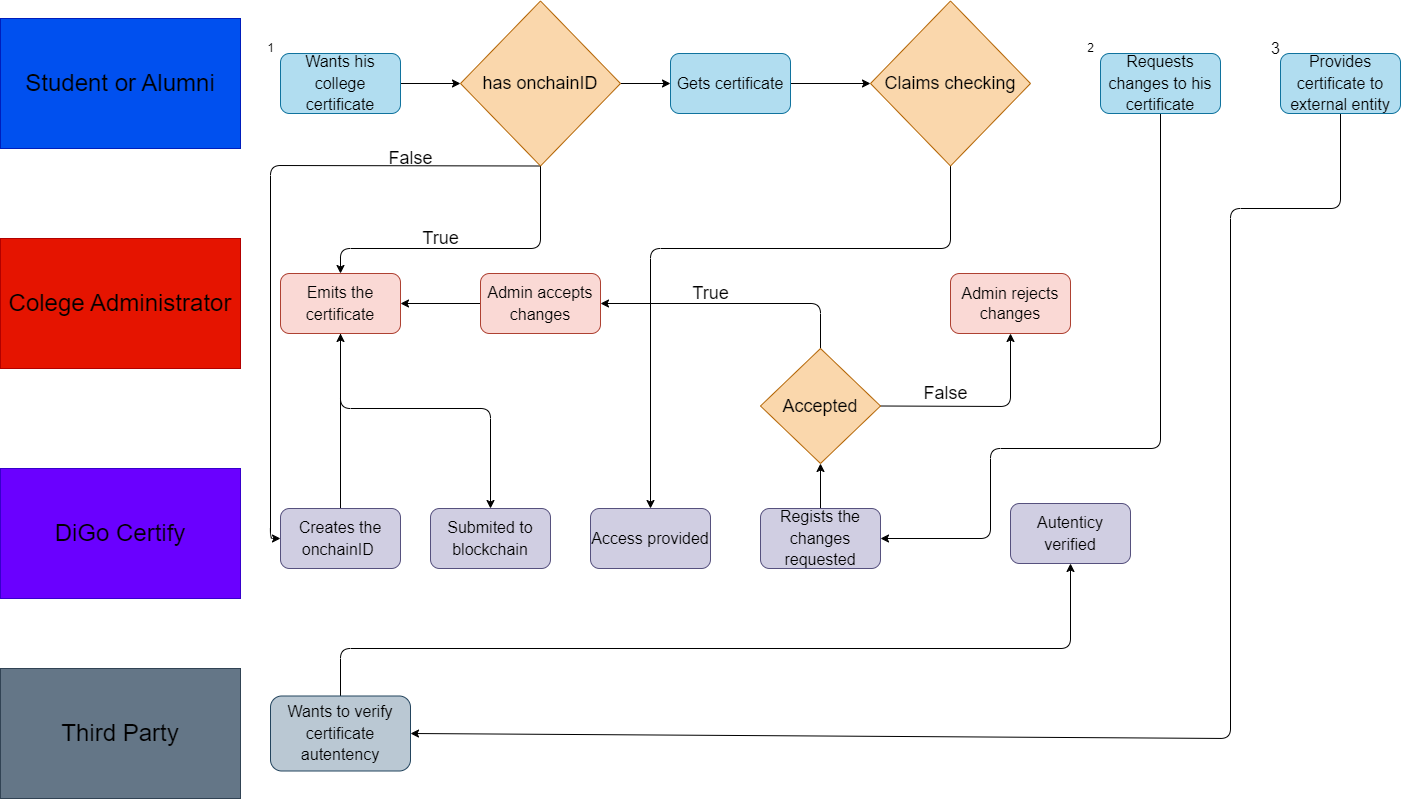
Earlier version of the draw.io export docs/diagrams/flux-diagram.drawio.png (DiGo-Certify/DiGo-certify-app). Source tidied: cells renumbered, new cells last; positions are measured from the earlier drawing's top-left corner, leaving out a move shared by most shapes. Source of this version:
```xml
<mxGraphModel>
  <root>
    <mxCell id="0" />
    <mxCell id="1" parent="0" />
    <mxCell id="2" value="&lt;font color=&quot;#000000&quot; style=&quot;font-size: 24px;&quot;&gt;Student or Alumni&lt;/font&gt;" style="rounded=0;whiteSpace=wrap;html=1;fillColor=#0050ef;fontColor=#ffffff;strokeColor=#001DBC;" parent="1" vertex="1">
      <mxGeometry y="18" width="240" height="130" as="geometry" />
    </mxCell>
    <mxCell id="3" value="&lt;font color=&quot;#000000&quot; style=&quot;font-size: 24px;&quot;&gt;DiGo Certify&lt;/font&gt;" style="rounded=0;whiteSpace=wrap;html=1;fillColor=#6a00ff;strokeColor=#3700CC;fontColor=#ffffff;" parent="1" vertex="1">
      <mxGeometry y="468" width="240" height="130" as="geometry" />
    </mxCell>
    <mxCell id="4" value="&lt;font color=&quot;#000000&quot; style=&quot;font-size: 24px;&quot;&gt;Colege Administrator&lt;/font&gt;" style="rounded=0;whiteSpace=wrap;html=1;fillColor=#e51400;fontColor=#ffffff;strokeColor=#B20000;" parent="1" vertex="1">
      <mxGeometry y="238" width="240" height="130" as="geometry" />
    </mxCell>
    <mxCell id="5" value="&lt;font color=&quot;#000000&quot; style=&quot;font-size: 24px;&quot;&gt;Third Party&lt;/font&gt;" style="rounded=0;whiteSpace=wrap;html=1;fillColor=#647687;strokeColor=#314354;fontColor=#ffffff;" parent="1" vertex="1">
      <mxGeometry y="668" width="240" height="130" as="geometry" />
    </mxCell>
    <mxCell id="6" style="edgeStyle=none;html=1;entryX=0;entryY=0.5;entryDx=0;entryDy=0;fontSize=18;" parent="1" edge="1" source="7" target="11">
      <mxGeometry relative="1" as="geometry" />
    </mxCell>
    <mxCell id="7" value="&lt;font color=&quot;#000000&quot; style=&quot;font-size: 16px;&quot;&gt;Wants his college certificate&lt;/font&gt;" style="rounded=1;whiteSpace=wrap;html=1;fontSize=18;fillColor=#b1ddf0;strokeColor=#10739e;" parent="1" vertex="1">
      <mxGeometry x="280" y="53" width="120" height="60" as="geometry" />
    </mxCell>
    <mxCell id="8" style="edgeStyle=none;html=1;fontSize=18;exitX=0.5;exitY=1;exitDx=0;exitDy=0;entryX=0;entryY=0.5;entryDx=0;entryDy=0;" parent="1" edge="1" source="11" target="14">
      <mxGeometry relative="1" as="geometry">
        <Array as="points">
          <mxPoint x="270" y="165" />
          <mxPoint x="270" y="538" />
        </Array>
      </mxGeometry>
    </mxCell>
    <mxCell id="9" style="edgeStyle=none;html=1;fontSize=18;entryX=0.5;entryY=0;entryDx=0;entryDy=0;" parent="1" edge="1" target="16">
      <mxGeometry relative="1" as="geometry">
        <mxPoint x="540" y="158" as="sourcePoint" />
        <Array as="points">
          <mxPoint x="540" y="248" />
          <mxPoint x="340" y="248" />
        </Array>
      </mxGeometry>
    </mxCell>
    <mxCell id="10" style="edgeStyle=none;html=1;entryX=0;entryY=0.5;entryDx=0;entryDy=0;" parent="1" edge="1" source="11" target="19">
      <mxGeometry relative="1" as="geometry" />
    </mxCell>
    <mxCell id="11" value="&lt;font color=&quot;#000000&quot;&gt;has onchainID&lt;/font&gt;" style="rhombus;whiteSpace=wrap;html=1;fontSize=18;fillColor=#fad7ac;strokeColor=#b46504;" parent="1" vertex="1">
      <mxGeometry x="460" y="0.5" width="160" height="165" as="geometry" />
    </mxCell>
    <mxCell id="12" value="True" style="text;html=1;align=center;verticalAlign=middle;strokeColor=none;fillColor=none;fontSize=18;" parent="1" vertex="1">
      <mxGeometry x="410" y="218" width="60" height="40" as="geometry" />
    </mxCell>
    <mxCell id="13" style="edgeStyle=none;html=1;entryX=0.5;entryY=1;entryDx=0;entryDy=0;fontSize=18;" parent="1" edge="1" source="14" target="16">
      <mxGeometry relative="1" as="geometry" />
    </mxCell>
    <mxCell id="14" value="&lt;font color=&quot;#000000&quot; style=&quot;font-size: 16px;&quot;&gt;Creates the onchainID&amp;nbsp;&lt;/font&gt;" style="rounded=1;whiteSpace=wrap;html=1;fontSize=18;fillColor=#d0cee2;strokeColor=#56517e;" parent="1" vertex="1">
      <mxGeometry x="280" y="508" width="120" height="60" as="geometry" />
    </mxCell>
    <mxCell id="15" style="edgeStyle=none;html=1;fontSize=18;exitX=0.5;exitY=1;exitDx=0;exitDy=0;entryX=0.5;entryY=0;entryDx=0;entryDy=0;" parent="1" edge="1" source="16" target="17">
      <mxGeometry relative="1" as="geometry">
        <Array as="points">
          <mxPoint x="340" y="408" />
          <mxPoint x="490" y="408" />
        </Array>
      </mxGeometry>
    </mxCell>
    <mxCell id="16" value="&lt;font color=&quot;#000000&quot; style=&quot;font-size: 16px;&quot;&gt;Emits the certificate&lt;/font&gt;" style="rounded=1;whiteSpace=wrap;html=1;fontSize=18;fillColor=#fad9d5;strokeColor=#ae4132;" parent="1" vertex="1">
      <mxGeometry x="280" y="273" width="120" height="60" as="geometry" />
    </mxCell>
    <mxCell id="17" value="&lt;font color=&quot;#000000&quot; style=&quot;font-size: 16px;&quot;&gt;Submited to blockchain&lt;/font&gt;" style="rounded=1;whiteSpace=wrap;html=1;fontSize=18;fillColor=#d0cee2;strokeColor=#56517e;" parent="1" vertex="1">
      <mxGeometry x="430" y="508" width="120" height="60" as="geometry" />
    </mxCell>
    <mxCell id="18" style="edgeStyle=none;html=1;fontSize=18;entryX=0;entryY=0.5;entryDx=0;entryDy=0;" parent="1" edge="1" source="19" target="21">
      <mxGeometry relative="1" as="geometry" />
    </mxCell>
    <mxCell id="19" value="&lt;font color=&quot;#000000&quot; style=&quot;font-size: 16px;&quot;&gt;Gets certificate&lt;/font&gt;" style="rounded=1;whiteSpace=wrap;html=1;fontSize=18;fillColor=#b1ddf0;strokeColor=#10739e;" parent="1" vertex="1">
      <mxGeometry x="670" y="53" width="120" height="60" as="geometry" />
    </mxCell>
    <mxCell id="20" style="edgeStyle=none;html=1;fontSize=18;exitX=0.5;exitY=1;exitDx=0;exitDy=0;entryX=0.5;entryY=0;entryDx=0;entryDy=0;" parent="1" edge="1" source="21" target="22">
      <mxGeometry relative="1" as="geometry">
        <Array as="points">
          <mxPoint x="950" y="248" />
          <mxPoint x="650" y="248" />
        </Array>
      </mxGeometry>
    </mxCell>
    <mxCell id="21" value="&lt;font color=&quot;#000000&quot;&gt;Claims checking&lt;/font&gt;" style="rhombus;whiteSpace=wrap;html=1;fontSize=18;fillColor=#fad7ac;strokeColor=#b46504;" parent="1" vertex="1">
      <mxGeometry x="870" y="0.5" width="160" height="165" as="geometry" />
    </mxCell>
    <mxCell id="22" value="&lt;font color=&quot;#000000&quot; style=&quot;font-size: 16px;&quot;&gt;Access provided&lt;/font&gt;" style="rounded=1;whiteSpace=wrap;html=1;fontSize=18;fillColor=#d0cee2;strokeColor=#56517e;" parent="1" vertex="1">
      <mxGeometry x="590" y="508" width="120" height="60" as="geometry" />
    </mxCell>
    <mxCell id="23" style="edgeStyle=none;html=1;entryX=1;entryY=0.5;entryDx=0;entryDy=0;" parent="1" edge="1" source="24" target="29">
      <mxGeometry relative="1" as="geometry">
        <Array as="points">
          <mxPoint x="1160" y="448" />
          <mxPoint x="990" y="448" />
          <mxPoint x="990" y="538" />
        </Array>
      </mxGeometry>
    </mxCell>
    <mxCell id="24" value="&lt;font color=&quot;#000000&quot; style=&quot;font-size: 16px;&quot;&gt;Requests changes to his certificate&lt;/font&gt;" style="rounded=1;whiteSpace=wrap;html=1;fontSize=18;fillColor=#b1ddf0;strokeColor=#10739e;" parent="1" vertex="1">
      <mxGeometry x="1100" y="53" width="120" height="60" as="geometry" />
    </mxCell>
    <mxCell id="25" style="edgeStyle=none;html=1;exitX=1;exitY=0.5;exitDx=0;exitDy=0;entryX=0.5;entryY=1;entryDx=0;entryDy=0;" parent="1" edge="1" source="27" target="35">
      <mxGeometry relative="1" as="geometry">
        <Array as="points">
          <mxPoint x="1010" y="406" />
        </Array>
      </mxGeometry>
    </mxCell>
    <mxCell id="26" style="edgeStyle=none;html=1;entryX=1;entryY=0.5;entryDx=0;entryDy=0;exitX=0.5;exitY=0;exitDx=0;exitDy=0;" parent="1" edge="1" source="27" target="31">
      <mxGeometry relative="1" as="geometry">
        <Array as="points">
          <mxPoint x="820" y="303" />
        </Array>
      </mxGeometry>
    </mxCell>
    <mxCell id="27" value="&lt;font color=&quot;#000000&quot;&gt;Accepted&lt;/font&gt;" style="rhombus;whiteSpace=wrap;html=1;fontSize=18;fillColor=#fad7ac;strokeColor=#b46504;" parent="1" vertex="1">
      <mxGeometry x="760" y="348" width="120" height="115" as="geometry" />
    </mxCell>
    <mxCell id="28" style="edgeStyle=none;html=1;entryX=0.5;entryY=1;entryDx=0;entryDy=0;" parent="1" edge="1" source="29" target="27">
      <mxGeometry relative="1" as="geometry" />
    </mxCell>
    <mxCell id="29" value="&lt;font color=&quot;#000000&quot; style=&quot;font-size: 16px;&quot;&gt;Regists the changes requested&lt;/font&gt;" style="rounded=1;whiteSpace=wrap;html=1;fontSize=18;fillColor=#d0cee2;strokeColor=#56517e;" parent="1" vertex="1">
      <mxGeometry x="760" y="508" width="120" height="60" as="geometry" />
    </mxCell>
    <mxCell id="30" style="edgeStyle=none;html=1;entryX=1;entryY=0.5;entryDx=0;entryDy=0;fontSize=18;" parent="1" edge="1" source="31" target="16">
      <mxGeometry relative="1" as="geometry" />
    </mxCell>
    <mxCell id="31" value="&lt;span style=&quot;&quot;&gt;&lt;font color=&quot;#000000&quot; style=&quot;font-size: 16px;&quot;&gt;Admin accepts changes&lt;/font&gt;&lt;/span&gt;" style="rounded=1;whiteSpace=wrap;html=1;fontSize=18;fillColor=#fad9d5;strokeColor=#ae4132;" parent="1" vertex="1">
      <mxGeometry x="480" y="273" width="120" height="60" as="geometry" />
    </mxCell>
    <mxCell id="32" value="False" style="text;html=1;align=center;verticalAlign=middle;strokeColor=none;fillColor=none;fontSize=18;" parent="1" vertex="1">
      <mxGeometry x="375" y="138" width="70" height="40" as="geometry" />
    </mxCell>
    <mxCell id="33" value="1" style="text;html=1;align=center;verticalAlign=middle;strokeColor=none;fillColor=none;" parent="1" vertex="1">
      <mxGeometry x="255" y="33" width="30" height="30" as="geometry" />
    </mxCell>
    <mxCell id="34" value="2" style="text;html=1;align=center;verticalAlign=middle;strokeColor=none;fillColor=none;" parent="1" vertex="1">
      <mxGeometry x="1075" y="33" width="30" height="30" as="geometry" />
    </mxCell>
    <mxCell id="35" value="&lt;font color=&quot;#000000&quot; style=&quot;font-size: 16px;&quot;&gt;Admin rejects changes&lt;/font&gt;" style="rounded=1;whiteSpace=wrap;html=1;fillColor=#fad9d5;strokeColor=#ae4132;" parent="1" vertex="1">
      <mxGeometry x="950" y="273" width="120" height="60" as="geometry" />
    </mxCell>
    <mxCell id="36" value="True" style="text;html=1;align=center;verticalAlign=middle;strokeColor=none;fillColor=none;fontSize=18;" parent="1" vertex="1">
      <mxGeometry x="680" y="273" width="60" height="40" as="geometry" />
    </mxCell>
    <mxCell id="37" value="False" style="text;html=1;align=center;verticalAlign=middle;strokeColor=none;fillColor=none;fontSize=18;" parent="1" vertex="1">
      <mxGeometry x="910" y="373" width="70" height="40" as="geometry" />
    </mxCell>
    <mxCell id="38" style="edgeStyle=none;html=1;fontSize=16;entryX=0.5;entryY=1;entryDx=0;entryDy=0;" parent="1" edge="1" source="39" target="40">
      <mxGeometry relative="1" as="geometry">
        <Array as="points">
          <mxPoint x="340" y="648" />
          <mxPoint x="1070" y="648" />
        </Array>
      </mxGeometry>
    </mxCell>
    <mxCell id="39" value="&lt;font color=&quot;#000000&quot; style=&quot;font-size: 16px;&quot;&gt;Wants to verify certificate autentency&lt;/font&gt;" style="rounded=1;whiteSpace=wrap;html=1;fontSize=18;fillColor=#bac8d3;strokeColor=#23445d;" parent="1" vertex="1">
      <mxGeometry x="270" y="695.5" width="140" height="75" as="geometry" />
    </mxCell>
    <mxCell id="40" value="&lt;font color=&quot;#000000&quot; style=&quot;font-size: 16px;&quot;&gt;Autenticy verified&lt;/font&gt;" style="rounded=1;whiteSpace=wrap;html=1;fontSize=18;fillColor=#d0cee2;strokeColor=#56517e;" parent="1" vertex="1">
      <mxGeometry x="1010" y="503" width="120" height="60" as="geometry" />
    </mxCell>
    <mxCell id="41" value="3" style="text;html=1;align=center;verticalAlign=middle;strokeColor=none;fillColor=none;fontSize=16;" parent="1" vertex="1">
      <mxGeometry x="1260" y="33" width="30" height="30" as="geometry" />
    </mxCell>
    <mxCell id="42" style="edgeStyle=none;html=1;fontSize=16;entryX=1;entryY=0.5;entryDx=0;entryDy=0;" parent="1" edge="1" source="43" target="39">
      <mxGeometry relative="1" as="geometry">
        <Array as="points">
          <mxPoint x="1340" y="208" />
          <mxPoint x="1230" y="208" />
          <mxPoint x="1230" y="738" />
        </Array>
      </mxGeometry>
    </mxCell>
    <mxCell id="43" value="&lt;font color=&quot;#000000&quot; style=&quot;font-size: 16px;&quot;&gt;Provides certificate to external entity&lt;/font&gt;" style="rounded=1;whiteSpace=wrap;html=1;fontSize=18;fillColor=#b1ddf0;strokeColor=#10739e;" parent="1" vertex="1">
      <mxGeometry x="1280" y="53" width="120" height="60" as="geometry" />
    </mxCell>
  </root>
</mxGraphModel>
```
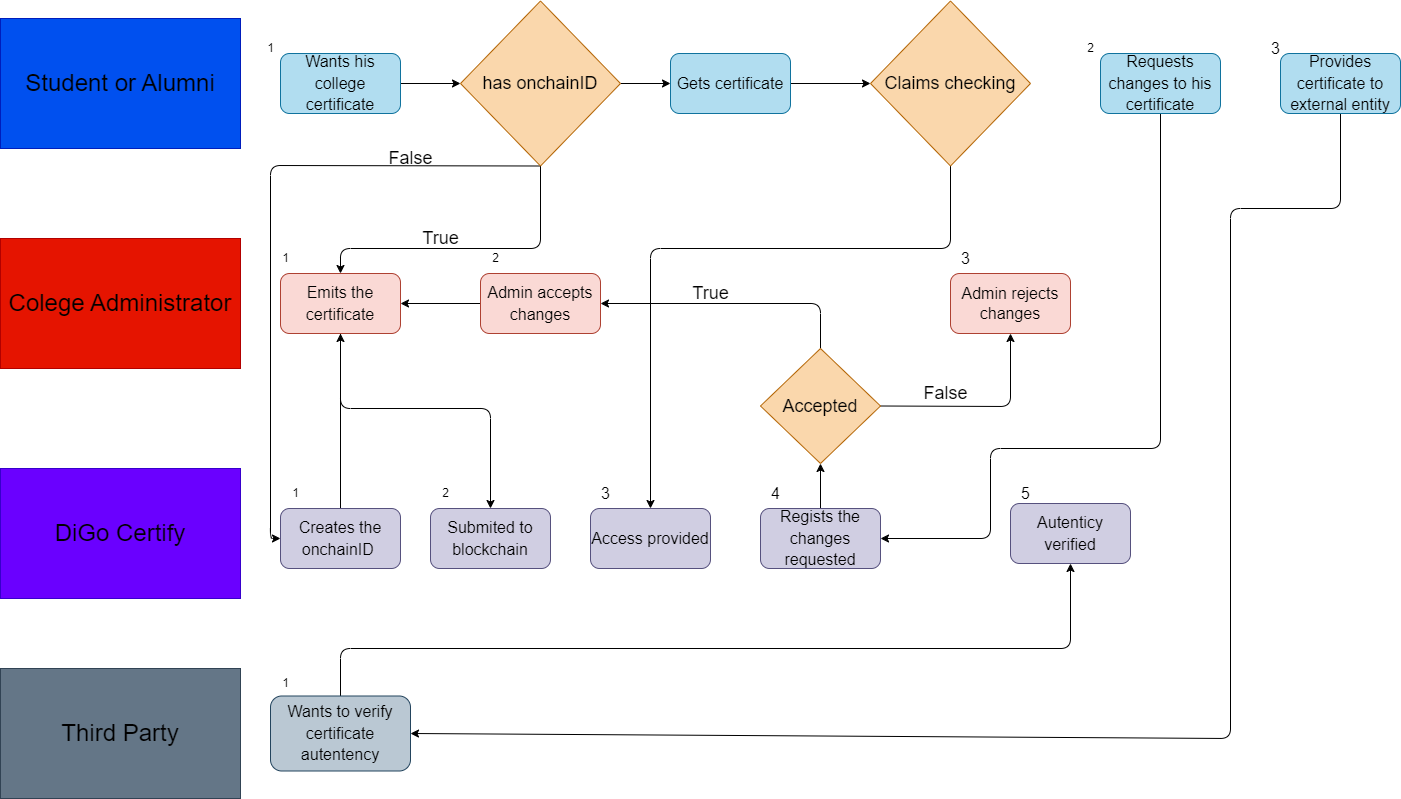
After the change.

Diff of the diagram source:
```diff
@@ -174,5 +174,32 @@
     <mxCell id="43" value="&lt;font color=&quot;#000000&quot; style=&quot;font-size: 16px;&quot;&gt;Provides certificate to external entity&lt;/font&gt;" style="rounded=1;whiteSpace=wrap;html=1;fontSize=18;fillColor=#b1ddf0;strokeColor=#10739e;" parent="1" vertex="1">
       <mxGeometry x="1280" y="53" width="120" height="60" as="geometry" />
     </mxCell>
+    <mxCell id="44" value="1" style="text;html=1;align=center;verticalAlign=middle;strokeColor=none;fillColor=none;" parent="1" vertex="1">
+      <mxGeometry x="270" y="243" width="30" height="30" as="geometry" />
+    </mxCell>
+    <mxCell id="45" value="2" style="text;html=1;align=center;verticalAlign=middle;strokeColor=none;fillColor=none;" parent="1" vertex="1">
+      <mxGeometry x="480" y="243" width="30" height="30" as="geometry" />
+    </mxCell>
+    <mxCell id="46" value="3" style="text;html=1;align=center;verticalAlign=middle;strokeColor=none;fillColor=none;fontSize=16;" parent="1" vertex="1">
+      <mxGeometry x="950" y="243" width="30" height="30" as="geometry" />
+    </mxCell>
+    <mxCell id="47" value="1" style="text;html=1;align=center;verticalAlign=middle;strokeColor=none;fillColor=none;" parent="1" vertex="1">
+      <mxGeometry x="270" y="668" width="30" height="30" as="geometry" />
+    </mxCell>
+    <mxCell id="48" value="1" style="text;html=1;align=center;verticalAlign=middle;strokeColor=none;fillColor=none;" parent="1" vertex="1">
+      <mxGeometry x="280" y="478" width="30" height="30" as="geometry" />
+    </mxCell>
+    <mxCell id="49" value="2" style="text;html=1;align=center;verticalAlign=middle;strokeColor=none;fillColor=none;" parent="1" vertex="1">
+      <mxGeometry x="430" y="478" width="30" height="30" as="geometry" />
+    </mxCell>
+    <mxCell id="50" value="3" style="text;html=1;align=center;verticalAlign=middle;strokeColor=none;fillColor=none;fontSize=16;" parent="1" vertex="1">
+      <mxGeometry x="590" y="478" width="30" height="30" as="geometry" />
+    </mxCell>
+    <mxCell id="51" value="4" style="text;html=1;align=center;verticalAlign=middle;strokeColor=none;fillColor=none;fontSize=16;" parent="1" vertex="1">
+      <mxGeometry x="760" y="478" width="30" height="30" as="geometry" />
+    </mxCell>
+    <mxCell id="52" value="5" style="text;html=1;align=center;verticalAlign=middle;strokeColor=none;fillColor=none;fontSize=16;" parent="1" vertex="1">
+      <mxGeometry x="1010" y="478" width="30" height="30" as="geometry" />
+    </mxCell>
   </root>
 </mxGraphModel>
```
